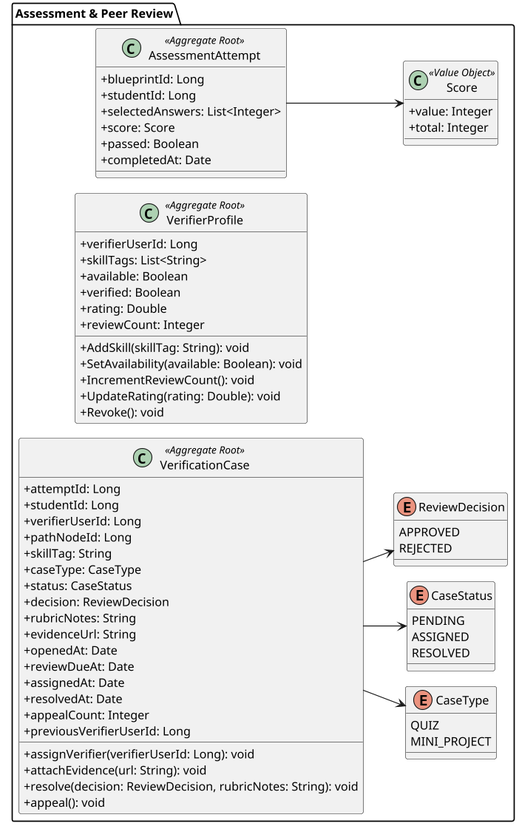
Above: images-doc/class-assessment-peer-review-mobile.png in Aplicaciones-Dispositivos-Moviles/SkillSwap-ProjectReport (PlantUML), before the change.
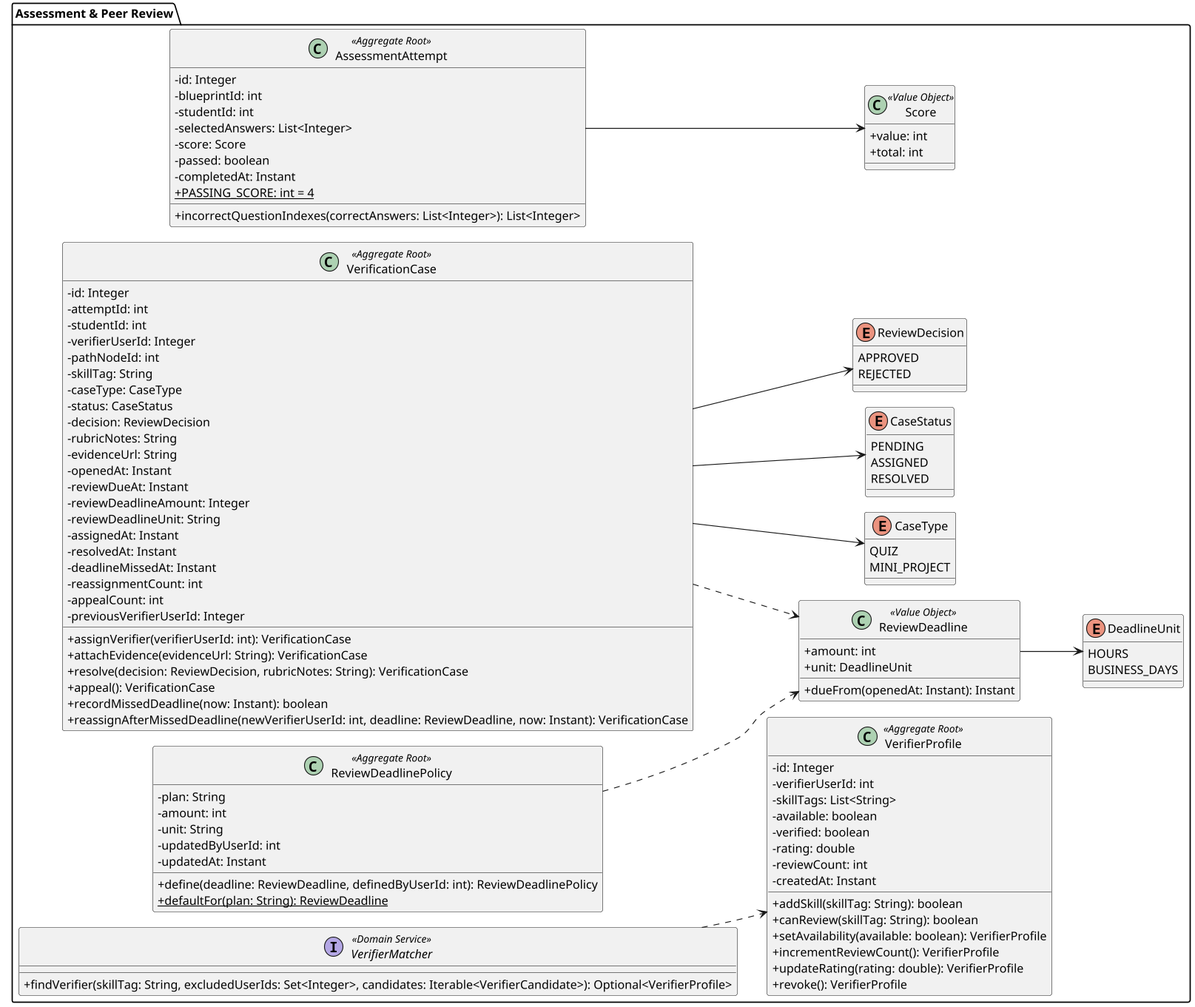
After the change.

Change to the diagram source:
```diff
@@ -5,56 +5,91 @@
 skinparam dpi 110
 left to right direction
 
+!startsub BODY
 package "Assessment & Peer Review" {
     class AssessmentAttempt <<Aggregate Root>> {
-        +blueprintId: Long
-        +studentId: Long
-        +selectedAnswers: List<Integer>
-        +score: Score
-        +passed: Boolean
-        +completedAt: Date
+        -id: Integer
+        -blueprintId: int
+        -studentId: int
+        -selectedAnswers: List<Integer>
+        -score: Score
+        -passed: boolean
+        -completedAt: Instant
+        +{static} PASSING_SCORE: int = 4
+        +incorrectQuestionIndexes(correctAnswers: List<Integer>): List<Integer>
     }
 
     class Score <<Value Object>> {
-        +value: Integer
-        +total: Integer
+        +value: int
+        +total: int
     }
 
     class VerifierProfile <<Aggregate Root>> {
-        +verifierUserId: Long
-        +skillTags: List<String>
-        +available: Boolean
-        +verified: Boolean
-        +rating: Double
-        +reviewCount: Integer
-        +AddSkill(skillTag: String): void
-        +SetAvailability(available: Boolean): void
-        +IncrementReviewCount(): void
-        +UpdateRating(rating: Double): void
-        +Revoke(): void
+        -id: Integer
+        -verifierUserId: int
+        -skillTags: List<String>
+        -available: boolean
+        -verified: boolean
+        -rating: double
+        -reviewCount: int
+        -createdAt: Instant
+        +addSkill(skillTag: String): boolean
+        +canReview(skillTag: String): boolean
+        +setAvailability(available: boolean): VerifierProfile
+        +incrementReviewCount(): VerifierProfile
+        +updateRating(rating: double): VerifierProfile
+        +revoke(): VerifierProfile
     }
 
     class VerificationCase <<Aggregate Root>> {
-        +attemptId: Long
-        +studentId: Long
-        +verifierUserId: Long
-        +pathNodeId: Long
-        +skillTag: String
-        +caseType: CaseType
-        +status: CaseStatus
-        +decision: ReviewDecision
-        +rubricNotes: String
-        +evidenceUrl: String
-        +openedAt: Date
-        +reviewDueAt: Date
-        +assignedAt: Date
-        +resolvedAt: Date
-        +appealCount: Integer
-        +previousVerifierUserId: Long
-        +assignVerifier(verifierUserId: Long): void
-        +attachEvidence(url: String): void
-        +resolve(decision: ReviewDecision, rubricNotes: String): void
-        +appeal(): void
+        -id: Integer
+        -attemptId: int
+        -studentId: int
+        -verifierUserId: Integer
+        -pathNodeId: int
+        -skillTag: String
+        -caseType: CaseType
+        -status: CaseStatus
+        -decision: ReviewDecision
+        -rubricNotes: String
+        -evidenceUrl: String
+        -openedAt: Instant
+        -reviewDueAt: Instant
+        -reviewDeadlineAmount: Integer
+        -reviewDeadlineUnit: String
+        -assignedAt: Instant
+        -resolvedAt: Instant
+        -deadlineMissedAt: Instant
+        -reassignmentCount: int
+        -appealCount: int
+        -previousVerifierUserId: Integer
+        +assignVerifier(verifierUserId: int): VerificationCase
+        +attachEvidence(evidenceUrl: String): VerificationCase
+        +resolve(decision: ReviewDecision, rubricNotes: String): VerificationCase
+        +appeal(): VerificationCase
+        +recordMissedDeadline(now: Instant): boolean
+        +reassignAfterMissedDeadline(newVerifierUserId: int, deadline: ReviewDeadline, now: Instant): VerificationCase
+    }
+
+    class ReviewDeadlinePolicy <<Aggregate Root>> {
+        -plan: String
+        -amount: int
+        -unit: String
+        -updatedByUserId: int
+        -updatedAt: Instant
+        +define(deadline: ReviewDeadline, definedByUserId: int): ReviewDeadlinePolicy
+        +{static} defaultFor(plan: String): ReviewDeadline
+    }
+
+    class ReviewDeadline <<Value Object>> {
+        +amount: int
+        +unit: DeadlineUnit
+        +dueFrom(openedAt: Instant): Instant
+    }
+
+    enum DeadlineUnit {
+        HOURS
+        BUSINESS_DAYS
     }
 
     enum CaseType {
@@ -73,9 +108,18 @@
         REJECTED
     }
 
+    interface VerifierMatcher <<Domain Service>> {
+        +findVerifier(skillTag: String, excludedUserIds: Set<Integer>, candidates: Iterable<VerifierCandidate>): Optional<VerifierProfile>
+    }
+
     AssessmentAttempt --> Score
     VerificationCase --> CaseType
     VerificationCase --> CaseStatus
     VerificationCase --> ReviewDecision
+    VerificationCase ..> ReviewDeadline
+    ReviewDeadlinePolicy ..> ReviewDeadline
+    ReviewDeadline --> DeadlineUnit
+    VerifierMatcher ..> VerifierProfile
 }
+!endsub
 @enduml
```
